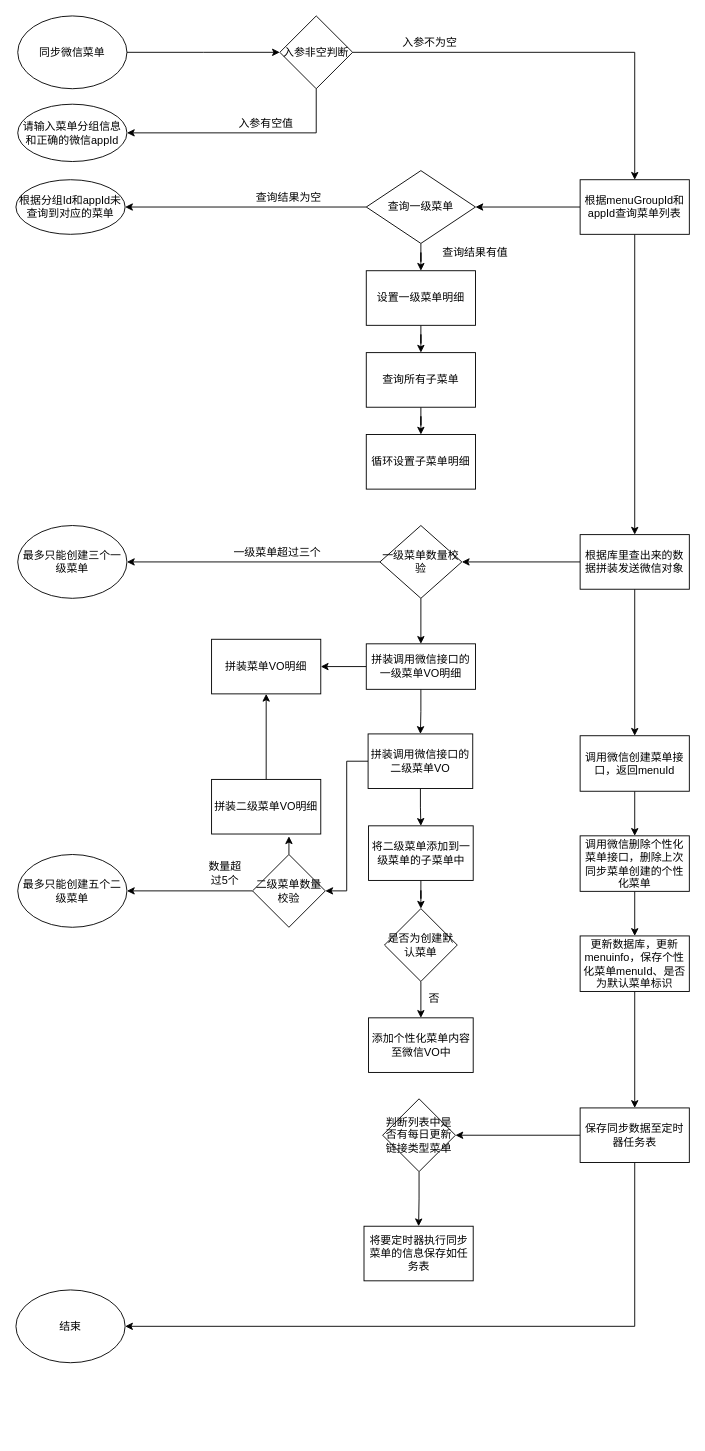
The draw.io diagram 微信平台-同步菜单-流程图.drawio in dingchengyungit/drawio, before the edit. Source tidied: cells renumbered, new cells numbered last; positions are measured from the earlier drawing's top-left corner, leaving out a move shared by most shapes. Both pictures are drawn from the tidied source at 91%, with x=0, y=0 at pixel (15, 15).
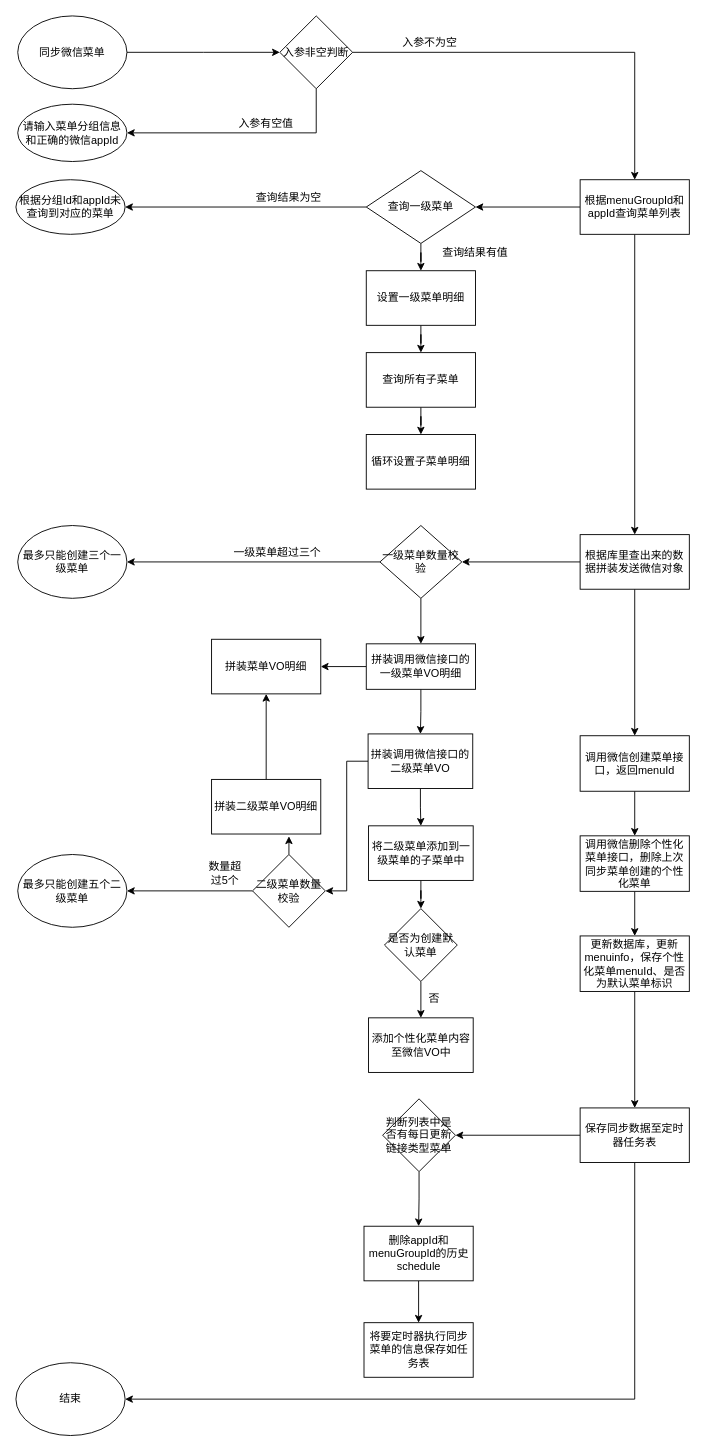
After the change.

Commit message:
更新微信平台-同步菜单-流程图.drawio

Change to the diagram source:
```diff
@@
+    <mxCell id="65" style="edgeStyle=orthogonalEdgeStyle;rounded=0;jettySize=auto;html=1;" parent="1" edge="1" source="63" target="66">
+      <mxGeometry relative="1" as="geometry" />
+    </mxCell>
-    <mxCell id="63" value="将要定时器执行同步菜单的信息保存如任务表" style="rounded=0;whiteSpace=wrap;html=1;" parent="1" vertex="1">
+    <mxCell id="63" value="删除appId和menuGroupId的历史schedule" style="rounded=0;whiteSpace=wrap;html=1;" parent="1" vertex="1">
       <mxGeometry x="382.5" y="1330" width="120" height="60" as="geometry" />
     </mxCell>
+    <mxCell id="66" value="将要定时器执行同步菜单的信息保存如任务表" style="rounded=0;whiteSpace=wrap;html=1;" parent="1" vertex="1">
+      <mxGeometry x="382.5" y="1436" width="120" height="60" as="geometry" />
+    </mxCell>
     <mxCell id="64" value="结束" style="ellipse;whiteSpace=wrap;html=1;" parent="1" vertex="1">
-      <mxGeometry y="1400" width="120" height="80" as="geometry" />
+      <mxGeometry y="1480" width="120" height="80" as="geometry" />
     </mxCell>
```
